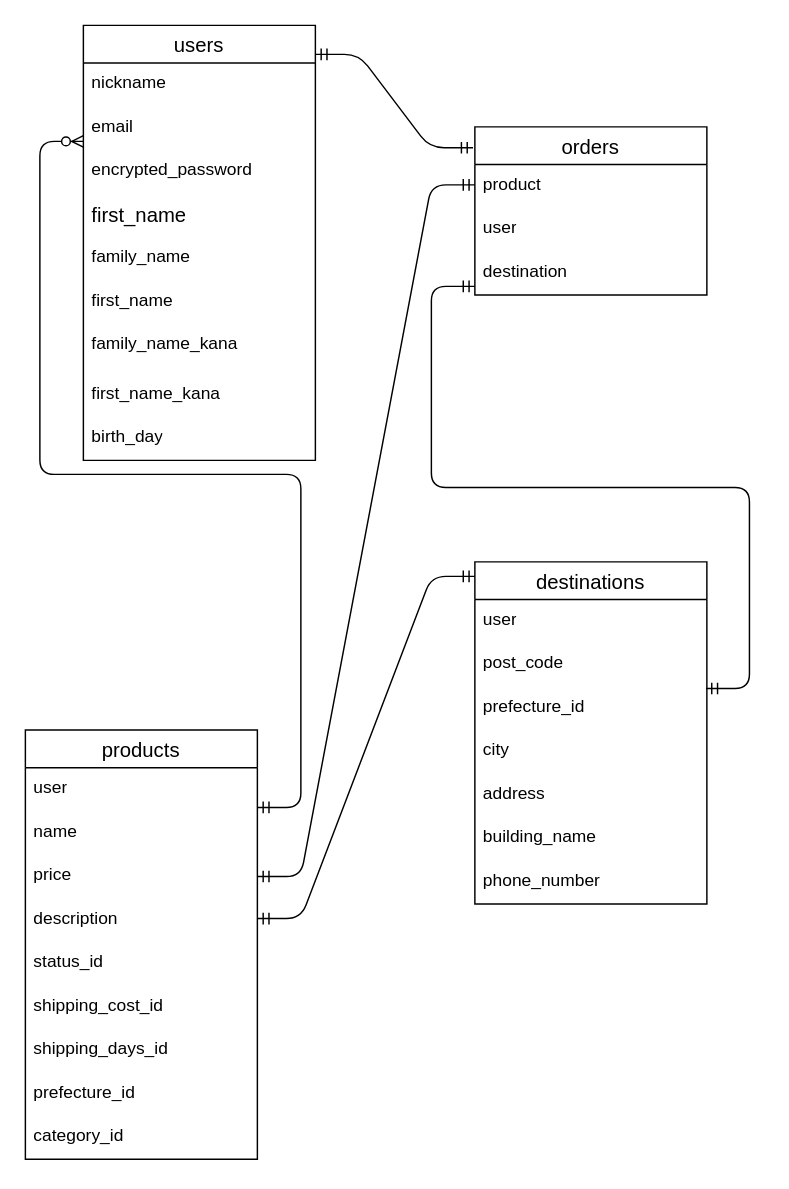
makomottchi/furima-41804 keeps this draw.io diagram as ER.dio. Above is the earlier version. Source tidied: cells renumbered, new cells numbered last; positions are measured from the earlier drawing's top-left corner, leaving out a move shared by most shapes. Both pictures are drawn from the tidied source at 145%, with x=0, y=0 at pixel (25, 25).
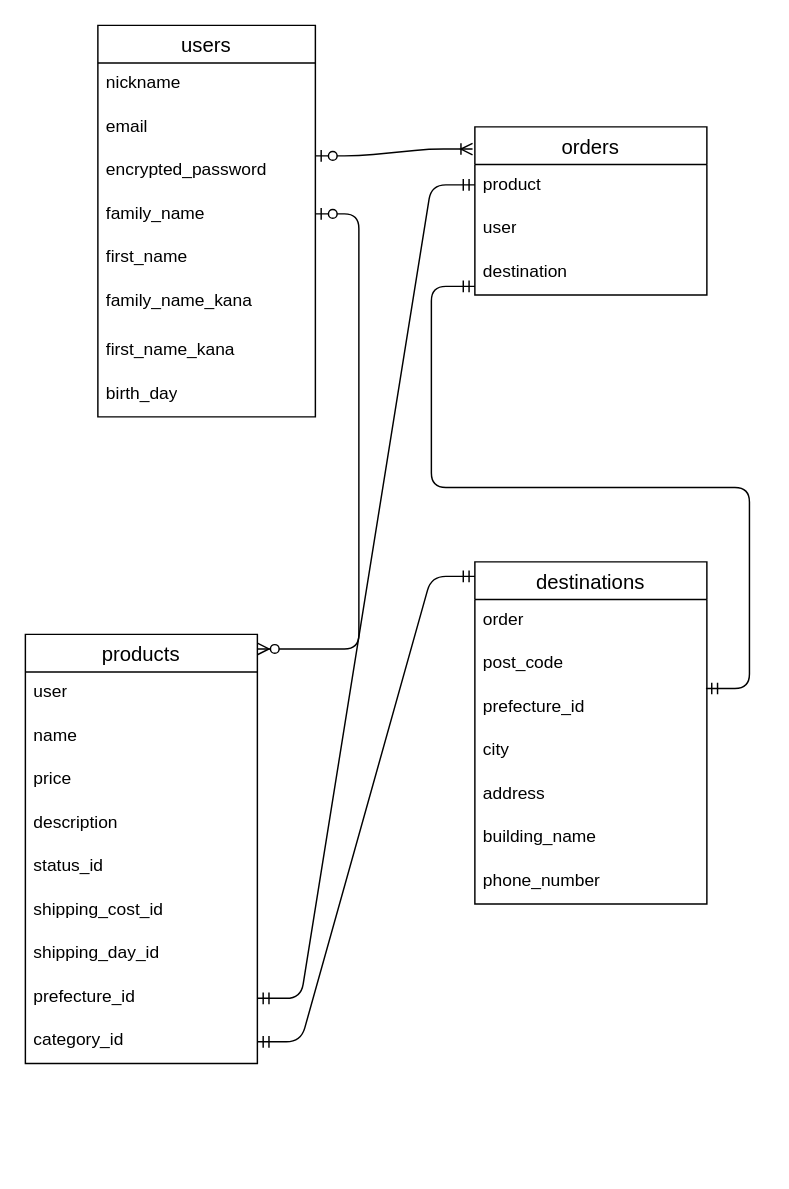
The same page after the edit.

Commit message (it also covers changes not shown here):
データベース設計修正3

The change refers to these unchanged cells:
```xml
<mxCell id="12" value="destinations" style="swimlane;fontStyle=0;horizontal=1;startSize=26;align=center;fontSize=14;" parent="1" vertex="1">
  <mxGeometry x="310" y="370" width="160" height="236" as="geometry" />
</mxCell>
<mxCell id="21" value="orders" style="swimlane;fontStyle=0;horizontal=1;startSize=26;align=center;fontSize=14;" parent="1" vertex="1">
  <mxGeometry x="310" y="70" width="160" height="116" as="geometry" />
</mxCell>
<mxCell id="28" value="&lt;span style=&quot;color: rgb(0, 0, 0);&quot;&gt;name&lt;/span&gt;" style="text;strokeColor=none;fillColor=none;spacingLeft=4;spacingRight=4;overflow=hidden;points=[[0,0.5],[1,0.5]];portConstraint=eastwest;fontSize=12;whiteSpace=wrap;html=1;" parent="26" vertex="1">
  <mxGeometry y="56" width="160" height="30" as="geometry" />
</mxCell>
<mxCell id="29" value="price" style="text;strokeColor=none;fillColor=none;spacingLeft=4;spacingRight=4;overflow=hidden;points=[[0,0.5],[1,0.5]];portConstraint=eastwest;fontSize=12;whiteSpace=wrap;html=1;" parent="26" vertex="1">
  <mxGeometry y="86" width="160" height="30" as="geometry" />
</mxCell>
<mxCell id="34" value="prefecture&lt;span style=&quot;color: rgb(0, 0, 0);&quot;&gt;_id&lt;/span&gt;" style="text;strokeColor=none;fillColor=none;spacingLeft=4;spacingRight=4;overflow=hidden;points=[[0,0.5],[1,0.5]];portConstraint=eastwest;fontSize=12;whiteSpace=wrap;html=1;" parent="26" vertex="1">
  <mxGeometry y="236" width="160" height="30" as="geometry" />
</mxCell>
<mxCell id="35" value="category&lt;span style=&quot;color: rgb(0, 0, 0);&quot;&gt;_id&lt;/span&gt;" style="text;strokeColor=none;fillColor=none;spacingLeft=4;spacingRight=4;overflow=hidden;points=[[0,0.5],[1,0.5]];portConstraint=eastwest;fontSize=12;whiteSpace=wrap;html=1;" parent="26" vertex="1">
  <mxGeometry y="266" width="160" height="30" as="geometry" />
</mxCell>
```

What changed in the source:
```diff
@@
     <mxCell id="2" value="users" style="swimlane;fontStyle=0;horizontal=1;startSize=26;align=center;fontSize=14;" parent="1" vertex="1">
-      <mxGeometry x="40" width="160" height="300" as="geometry" />
+      <mxGeometry x="50" width="150" height="270" as="geometry" />
     </mxCell>
     <mxCell id="3" value="nickname" style="text;strokeColor=none;fillColor=none;spacingLeft=4;spacingRight=4;overflow=hidden;fontSize=12;whiteSpace=wrap;html=1;" parent="2" vertex="1">
-      <mxGeometry y="26" width="160" height="30" as="geometry" />
+      <mxGeometry y="26" width="150" height="30" as="geometry" />
     </mxCell>
     <mxCell id="4" value="email&lt;div&gt;&lt;br&gt;&lt;/div&gt;" style="text;strokeColor=none;fillColor=none;spacingLeft=4;spacingRight=4;overflow=hidden;fontSize=12;whiteSpace=wrap;html=1;" parent="2" vertex="1">
-      <mxGeometry y="56" width="160" height="30" as="geometry" />
+      <mxGeometry y="56" width="150" height="30" as="geometry" />
     </mxCell>
     <mxCell id="5" value="encrypted_password" style="text;strokeColor=none;fillColor=none;spacingLeft=4;spacingRight=4;overflow=hidden;fontSize=12;whiteSpace=wrap;html=1;" parent="2" vertex="1">
-      <mxGeometry y="86" width="160" height="30" as="geometry" />
+      <mxGeometry y="86" width="150" height="30" as="geometry" />
     </mxCell>
-    <mxCell id="6" value="&lt;span style=&quot;color: rgb(0, 0, 0); font-size: 14px; text-align: center; text-wrap: nowrap;&quot;&gt;first_name&lt;/span&gt;" style="text;strokeColor=none;fillColor=none;spacingLeft=4;spacingRight=4;overflow=hidden;fontSize=12;whiteSpace=wrap;html=1;" parent="2" vertex="1">
-      <mxGeometry y="116" width="160" height="30" as="geometry" />
-    </mxCell>
     <mxCell id="7" value="family_name" style="text;strokeColor=none;fillColor=none;spacingLeft=4;spacingRight=4;overflow=hidden;fontSize=12;whiteSpace=wrap;html=1;" parent="2" vertex="1">
-      <mxGeometry y="146" width="160" height="30" as="geometry" />
+      <mxGeometry y="116" width="150" height="30" as="geometry" />
     </mxCell>
     <mxCell id="8" value="first_name" style="text;strokeColor=none;fillColor=none;spacingLeft=4;spacingRight=4;overflow=hidden;fontSize=12;whiteSpace=wrap;html=1;" parent="2" vertex="1">
-      <mxGeometry y="176" width="160" height="30" as="geometry" />
+      <mxGeometry y="146" width="150" height="30" as="geometry" />
     </mxCell>
     <mxCell id="9" value="family_name_kana" style="text;strokeColor=none;fillColor=none;spacingLeft=4;spacingRight=4;overflow=hidden;fontSize=12;whiteSpace=wrap;html=1;" parent="2" vertex="1">
-      <mxGeometry y="206" width="160" height="34" as="geometry" />
+      <mxGeometry y="176" width="150" height="34" as="geometry" />
     </mxCell>
     <mxCell id="10" value="first_name_kana" style="text;strokeColor=none;fillColor=none;spacingLeft=4;spacingRight=4;overflow=hidden;fontSize=12;whiteSpace=wrap;html=1;" parent="2" vertex="1">
-      <mxGeometry y="240" width="160" height="30" as="geometry" />
+      <mxGeometry y="210" width="150" height="30" as="geometry" />
     </mxCell>
     <mxCell id="11" value="birth_day" style="text;strokeColor=none;fillColor=none;spacingLeft=4;spacingRight=4;overflow=hidden;fontSize=12;whiteSpace=wrap;html=1;" parent="2" vertex="1">
-      <mxGeometry y="270" width="160" height="30" as="geometry" />
+      <mxGeometry y="240" width="150" height="30" as="geometry" />
     </mxCell>
@@
-    <mxCell id="13" value="user" style="text;strokeColor=none;fillColor=none;spacingLeft=4;spacingRight=4;overflow=hidden;fontSize=12;whiteSpace=wrap;html=1;" parent="12" vertex="1">
+    <mxCell id="13" value="order" style="text;strokeColor=none;fillColor=none;spacingLeft=4;spacingRight=4;overflow=hidden;fontSize=12;whiteSpace=wrap;html=1;" parent="12" vertex="1">
       <mxGeometry y="26" width="160" height="30" as="geometry" />
     </mxCell>
@@
-    <mxCell id="20" style="edgeStyle=entityRelationEdgeStyle;fontSize=12;html=1;endArrow=ERmandOne;startArrow=ERmandOne;exitX=1;exitY=0.5;exitDx=0;exitDy=0;" parent="1" edge="1" source="29">
+    <mxCell id="20" style="edgeStyle=entityRelationEdgeStyle;fontSize=12;html=1;endArrow=ERmandOne;startArrow=ERmandOne;exitX=1;exitY=0.5;exitDx=0;exitDy=0;" parent="1" edge="1" source="34">
       <mxGeometry relative="1" as="geometry">
         <mxPoint x="310" y="110" as="targetPoint" />
       </mxGeometry>
     </mxCell>
@@
-    <mxCell id="25" style="edgeStyle=entityRelationEdgeStyle;fontSize=12;html=1;endArrow=ERmandOne;startArrow=ERmandOne;entryX=0;entryY=0.5;entryDx=0;entryDy=0;exitX=1;exitY=0.5;exitDx=0;exitDy=0;" parent="1" edge="1">
+    <mxCell id="25" style="edgeStyle=entityRelationEdgeStyle;fontSize=12;html=1;endArrow=ERmandOne;startArrow=ERmandOne;entryX=0;entryY=0.5;entryDx=0;entryDy=0;exitX=1;exitY=0.5;exitDx=0;exitDy=0;" parent="1" edge="1" source="35">
       <mxGeometry relative="1" as="geometry">
-        <mxPoint x="160" y="616" as="sourcePoint" />
         <mxPoint x="310" y="380" as="targetPoint" />
       </mxGeometry>
     </mxCell>
     <mxCell id="26" value="products" style="swimlane;fontStyle=0;horizontal=1;startSize=26;align=center;fontSize=14;direction=east;" parent="1" vertex="1">
-      <mxGeometry y="486" width="160" height="296" as="geometry" />
+      <mxGeometry y="420" width="160" height="296" as="geometry" />
     </mxCell>
@@
-    <mxCell id="33" value="shipping_days&lt;span style=&quot;color: rgb(0, 0, 0);&quot;&gt;_id&lt;/span&gt;" style="text;strokeColor=none;fillColor=none;spacingLeft=4;spacingRight=4;overflow=hidden;fontSize=12;whiteSpace=wrap;html=1;" parent="26" vertex="1">
+    <mxCell id="33" value="shipping_day&lt;span style=&quot;color: rgb(0, 0, 0);&quot;&gt;_id&lt;/span&gt;" style="text;strokeColor=none;fillColor=none;spacingLeft=4;spacingRight=4;overflow=hidden;fontSize=12;whiteSpace=wrap;html=1;" parent="26" vertex="1">
       <mxGeometry y="206" width="160" height="30" as="geometry" />
     </mxCell>
@@
-    <mxCell id="36" style="edgeStyle=entityRelationEdgeStyle;fontSize=12;html=1;endArrow=ERzeroToMany;startArrow=ERmandOne;exitX=1;exitY=-0.089;exitDx=0;exitDy=0;exitPerimeter=0;" parent="1" edge="1" source="28">
-      <mxGeometry relative="1" as="geometry">
-        <mxPoint x="40" y="80" as="targetPoint" />
-        <Array as="points">
-          <mxPoint x="90" y="410" />
-        </Array>
-      </mxGeometry>
-    </mxCell>
@@
-    <mxCell id="38" style="edgeStyle=entityRelationEdgeStyle;fontSize=12;html=1;endArrow=ERmandOne;startArrow=ERmandOne;entryX=-0.008;entryY=0.124;entryDx=0;entryDy=0;entryPerimeter=0;" parent="1" edge="1" target="21">
-      <mxGeometry relative="1" as="geometry">
-        <mxPoint x="200" y="20" as="sourcePoint" />
-      </mxGeometry>
-    </mxCell>
+    <mxCell id="39" style="edgeStyle=entityRelationEdgeStyle;fontSize=12;html=1;endArrow=ERzeroToMany;startArrow=ERzeroToOne;entryX=1;entryY=0.034;entryDx=0;entryDy=0;entryPerimeter=0;" parent="1" edge="1" target="26">
+      <mxGeometry relative="1" as="geometry">
+        <mxPoint x="200" y="130" as="sourcePoint" />
+        <Array as="points">
+          <mxPoint x="200" y="140" />
+          <mxPoint x="237" y="210" />
+        </Array>
+      </mxGeometry>
+    </mxCell>
+    <mxCell id="40" style="edgeStyle=entityRelationEdgeStyle;fontSize=12;html=1;endArrow=ERoneToMany;startArrow=ERzeroToOne;entryX=-0.01;entryY=0.132;entryDx=0;entryDy=0;entryPerimeter=0;" parent="1" edge="1" target="21">
+      <mxGeometry relative="1" as="geometry">
+        <mxPoint x="200" y="90" as="sourcePoint" />
+        <Array as="points">
+          <mxPoint x="410" y="-140" />
+        </Array>
+      </mxGeometry>
+    </mxCell>
```
